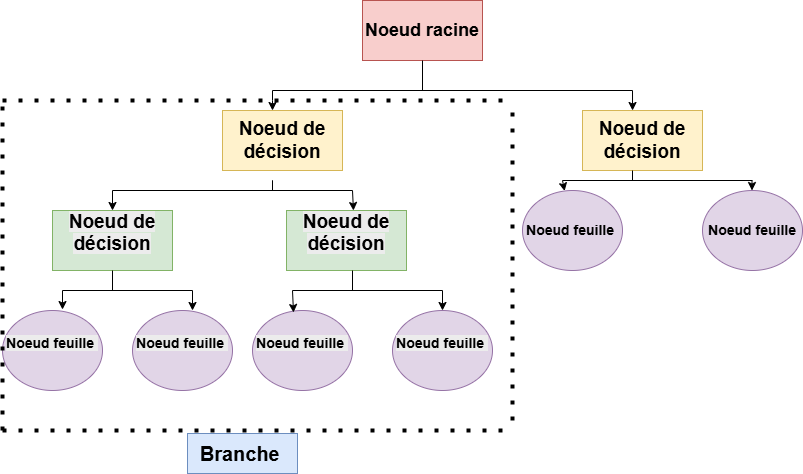
Earlier version of the draw.io export AB.drawio.png (ndikuryayosymphorien1/IMAGE). Source tidied: cells renumbered, new cells last; positions are measured from the earlier drawing's top-left corner, leaving out a move shared by most shapes.
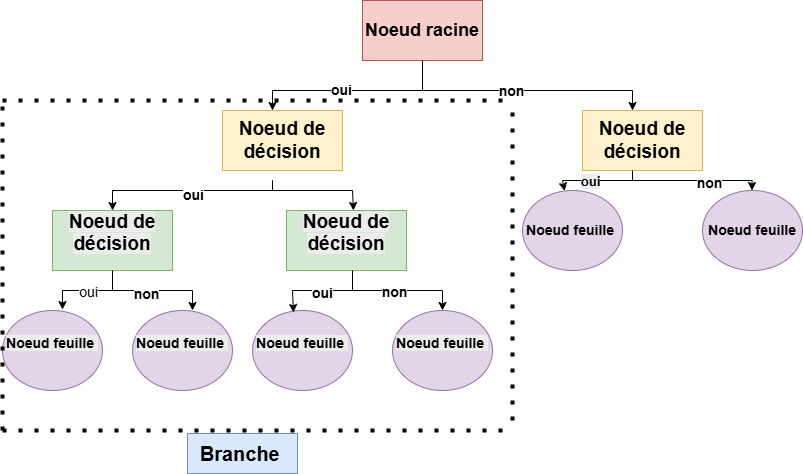
After the commit.

Change to the diagram source:
```diff
@@ -46,6 +46,12 @@
         <mxPoint x="630" y="90" as="targetPoint" />
       </mxGeometry>
     </mxCell>
+    <mxCell id="39" value="&lt;b&gt;&lt;font style=&quot;font-size: 14px;&quot;&gt;non&lt;/font&gt;&lt;/b&gt;" style="edgeLabel;html=1;align=center;verticalAlign=middle;" parent="14" vertex="1">
+      <mxGeometry x="0.32" relative="1" as="geometry" />
+    </mxCell>
+    <mxCell id="40" value="&lt;font style=&quot;font-size: 14px;&quot;&gt;&lt;b&gt;oui&lt;/b&gt;&lt;/font&gt;" style="edgeLabel;html=1;align=center;verticalAlign=middle;" parent="14" vertex="1">
+      <mxGeometry x="-0.62" y="1" relative="1" as="geometry" />
+    </mxCell>
     <mxCell id="15" style="endArrow=classic;html=1;rounded=0;" parent="1" edge="1">
       <mxGeometry relative="1" as="geometry">
         <mxPoint x="270" y="90" as="sourcePoint" />
@@ -75,6 +81,9 @@
         <mxPoint x="350" y="190" as="targetPoint" />
       </mxGeometry>
     </mxCell>
+    <mxCell id="41" value="&lt;b&gt;&lt;font style=&quot;font-size: 14px;&quot;&gt;oui&lt;/font&gt;&lt;/b&gt;" style="edgeLabel;html=1;align=center;verticalAlign=middle;" parent="18" vertex="1">
+      <mxGeometry x="-0.33" y="-4" relative="1" as="geometry" />
+    </mxCell>
     <mxCell id="19" style="endArrow=classic;html=1;rounded=0;entryX=0.5;entryY=0;entryDx=0;entryDy=0;" parent="1" edge="1" target="5">
       <mxGeometry relative="1" as="geometry">
         <mxPoint x="110" y="190" as="sourcePoint" />
@@ -91,6 +100,12 @@
         <mxPoint x="750" y="180" as="targetPoint" />
       </mxGeometry>
     </mxCell>
+    <mxCell id="42" value="&lt;span style=&quot;font-size: 13px; font-weight: 700; background-color: rgb(236, 236, 236);&quot;&gt;oui&lt;/span&gt;" style="edgeLabel;html=1;align=center;verticalAlign=middle;" parent="21" vertex="1">
+      <mxGeometry x="-0.72" relative="1" as="geometry" />
+    </mxCell>
+    <mxCell id="43" value="&lt;b&gt;&lt;font style=&quot;font-size: 14px;&quot;&gt;non&lt;/font&gt;&lt;/b&gt;" style="edgeLabel;html=1;align=center;verticalAlign=middle;" parent="21" vertex="1">
+      <mxGeometry x="0.54" y="-2" relative="1" as="geometry" />
+    </mxCell>
     <mxCell id="22" style="endArrow=classic;html=1;rounded=0;" parent="1" edge="1" target="8">
       <mxGeometry relative="1" as="geometry">
         <mxPoint x="560" y="190" as="sourcePoint" />
@@ -125,6 +140,12 @@
         <mxPoint x="190" y="290" as="targetPoint" />
       </mxGeometry>
     </mxCell>
+    <mxCell id="44" value="&lt;b&gt;&lt;font style=&quot;font-size: 14px;&quot;&gt;non&lt;/font&gt;&lt;/b&gt;" style="edgeLabel;html=1;align=center;verticalAlign=middle;" parent="27" vertex="1">
+      <mxGeometry x="0.28" y="-3" relative="1" as="geometry" />
+    </mxCell>
+    <mxCell id="45" value="&lt;font style=&quot;font-size: 14px;&quot;&gt;oui&lt;/font&gt;" style="edgeLabel;html=1;align=center;verticalAlign=middle;" parent="27" vertex="1">
+      <mxGeometry x="-0.62" y="-1" relative="1" as="geometry" />
+    </mxCell>
     <mxCell id="28" style="endArrow=classic;html=1;rounded=0;entryX=0.6;entryY=-0.012;entryDx=0;entryDy=0;entryPerimeter=0;" parent="1" edge="1" target="12">
       <mxGeometry relative="1" as="geometry">
         <mxPoint x="60" y="290" as="sourcePoint" />
@@ -148,6 +169,12 @@
         <mxPoint x="440" y="290" as="targetPoint" />
       </mxGeometry>
     </mxCell>
+    <mxCell id="46" value="&lt;b&gt;&lt;font style=&quot;font-size: 14px;&quot;&gt;non&lt;/font&gt;&lt;/b&gt;" style="edgeLabel;html=1;align=center;verticalAlign=middle;" parent="31" vertex="1">
+      <mxGeometry x="0.35" y="-1" relative="1" as="geometry" />
+    </mxCell>
+    <mxCell id="47" value="&lt;font style=&quot;font-size: 14px;&quot;&gt;&lt;b&gt;oui&lt;/b&gt;&lt;/font&gt;" style="edgeLabel;html=1;align=center;verticalAlign=middle;" parent="31" vertex="1">
+      <mxGeometry x="-0.61" y="-2" relative="1" as="geometry" />
+    </mxCell>
     <mxCell id="32" style="endArrow=classic;html=1;rounded=0;entryX=0.41;entryY=0.025;entryDx=0;entryDy=0;entryPerimeter=0;" parent="1" edge="1" target="10">
       <mxGeometry relative="1" as="geometry">
         <mxPoint x="290" y="290" as="sourcePoint" />
```
